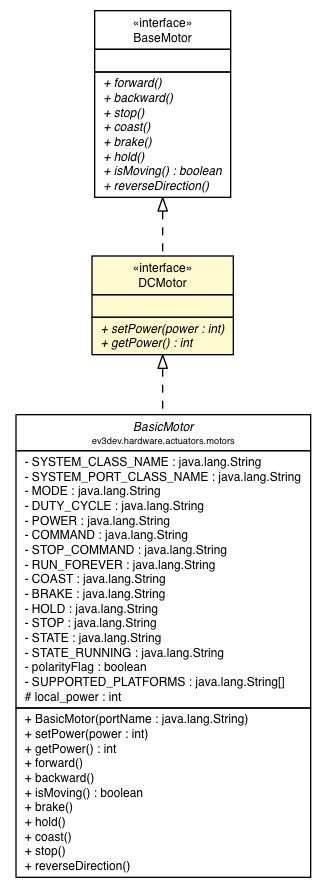
This is docs/api/lejos/robotics/DCMotor.png from ev3dev-lang-java/ev3dev-lang-java, a Graphviz export, as it was before one commit. Its source is kept beside it as docs/api/lejos/robotics/DCMotor.dot.
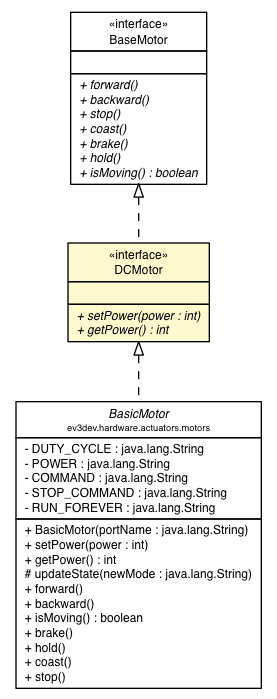
The same file after the commit.

The edit, as a diff of the source:
```diff
@@ -10,28 +10,17 @@
 <tr><td align="center" balign="center"><font point-size="7.0"> ev3dev.hardware.actuators.motors </font></td></tr>
 		</table></td></tr>
 		<tr><td><table border="0" cellspacing="0" cellpadding="1">
-<tr><td align="left" balign="left"> - SYSTEM_CLASS_NAME : java.lang.String </td></tr>
-<tr><td align="left" balign="left"> - SYSTEM_PORT_CLASS_NAME : java.lang.String </td></tr>
-<tr><td align="left" balign="left"> - MODE : java.lang.String </td></tr>
 <tr><td align="left" balign="left"> - DUTY_CYCLE : java.lang.String </td></tr>
 <tr><td align="left" balign="left"> - POWER : java.lang.String </td></tr>
 <tr><td align="left" balign="left"> - COMMAND : java.lang.String </td></tr>
 <tr><td align="left" balign="left"> - STOP_COMMAND : java.lang.String </td></tr>
 <tr><td align="left" balign="left"> - RUN_FOREVER : java.lang.String </td></tr>
-<tr><td align="left" balign="left"> - COAST : java.lang.String </td></tr>
-<tr><td align="left" balign="left"> - BRAKE : java.lang.String </td></tr>
-<tr><td align="left" balign="left"> - HOLD : java.lang.String </td></tr>
-<tr><td align="left" balign="left"> - STOP : java.lang.String </td></tr>
-<tr><td align="left" balign="left"> - STATE : java.lang.String </td></tr>
-<tr><td align="left" balign="left"> - STATE_RUNNING : java.lang.String </td></tr>
-<tr><td align="left" balign="left"> - polarityFlag : boolean </td></tr>
-<tr><td align="left" balign="left"> - SUPPORTED_PLATFORMS : java.lang.String[] </td></tr>
-<tr><td align="left" balign="left"> # local_power : int </td></tr>
 		</table></td></tr>
 		<tr><td><table border="0" cellspacing="0" cellpadding="1">
 <tr><td align="left" balign="left"> + BasicMotor(portName : java.lang.String) </td></tr>
 <tr><td align="left" balign="left"> + setPower(power : int) </td></tr>
 <tr><td align="left" balign="left"> + getPower() : int </td></tr>
+<tr><td align="left" balign="left"> # updateState(newMode : java.lang.String) </td></tr>
 <tr><td align="left" balign="left"> + forward() </td></tr>
 <tr><td align="left" balign="left"> + backward() </td></tr>
 <tr><td align="left" balign="left"> + isMoving() : boolean </td></tr>
@@ -39,7 +28,6 @@
 <tr><td align="left" balign="left"> + hold() </td></tr>
 <tr><td align="left" balign="left"> + coast() </td></tr>
 <tr><td align="left" balign="left"> + stop() </td></tr>
-<tr><td align="left" balign="left"> + reverseDirection() </td></tr>
 		</table></td></tr>
 		</table>>, URL="../../ev3dev/hardware/actuators/motors/BasicMotor.html", fontname="Helvetica", fontcolor="black", fontsize=9.0];
 	c2027 [label=<<table title="lejos.robotics.BaseMotor" border="0" cellborder="1" cellspacing="0" cellpadding="2" port="p" href="./BaseMotor.html">
@@ -58,7 +46,6 @@
 <tr><td align="left" balign="left"><font face="Helvetica-Oblique" point-size="9.0"> + brake() </font></td></tr>
 <tr><td align="left" balign="left"><font face="Helvetica-Oblique" point-size="9.0"> + hold() </font></td></tr>
 <tr><td align="left" balign="left"><font face="Helvetica-Oblique" point-size="9.0"> + isMoving() : boolean </font></td></tr>
-<tr><td align="left" balign="left"><font face="Helvetica-Oblique" point-size="9.0"> + reverseDirection() </font></td></tr>
 		</table></td></tr>
 		</table>>, URL="./BaseMotor.html", fontname="Helvetica", fontcolor="black", fontsize=9.0];
 	c2031 [label=<<table title="lejos.robotics.DCMotor" border="0" cellborder="1" cellspacing="0" cellpadding="2" port="p" bgcolor="lemonChiffon" href="./DCMotor.html">
```
